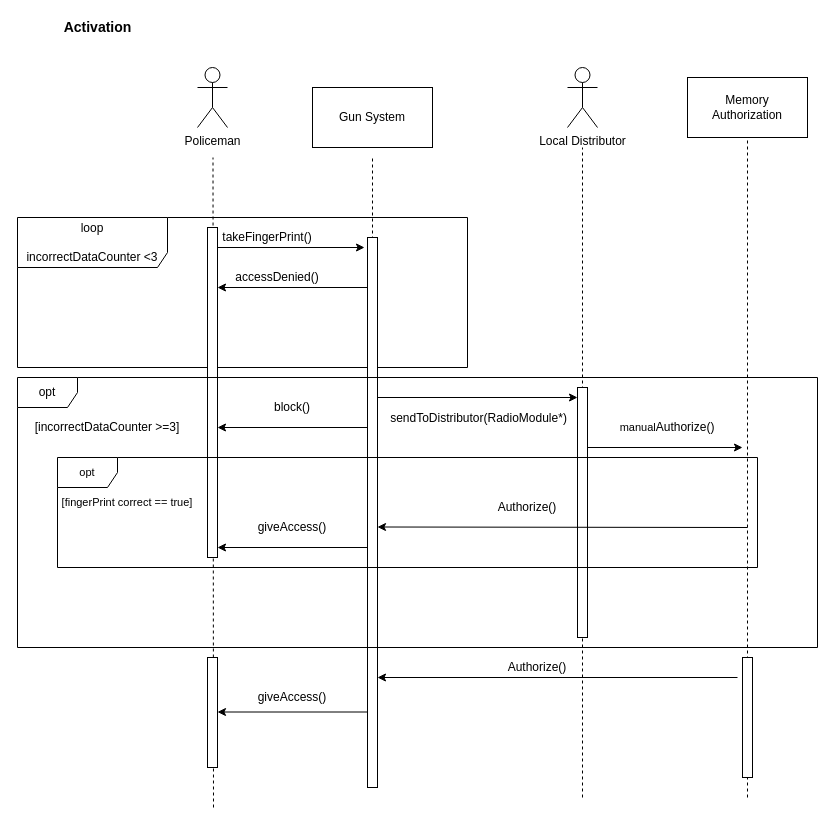
Earlier version of the draw.io diagram sequence_diagram_1.drawio (mardyr/UML-and-diagrams). Source tidied: cells renumbered, new cells numbered last; positions are measured from the earlier drawing's top-left corner, leaving out a move shared by most shapes. Both pictures are drawn from the tidied source at 100%, with x=0, y=0 at pixel (17, 17).
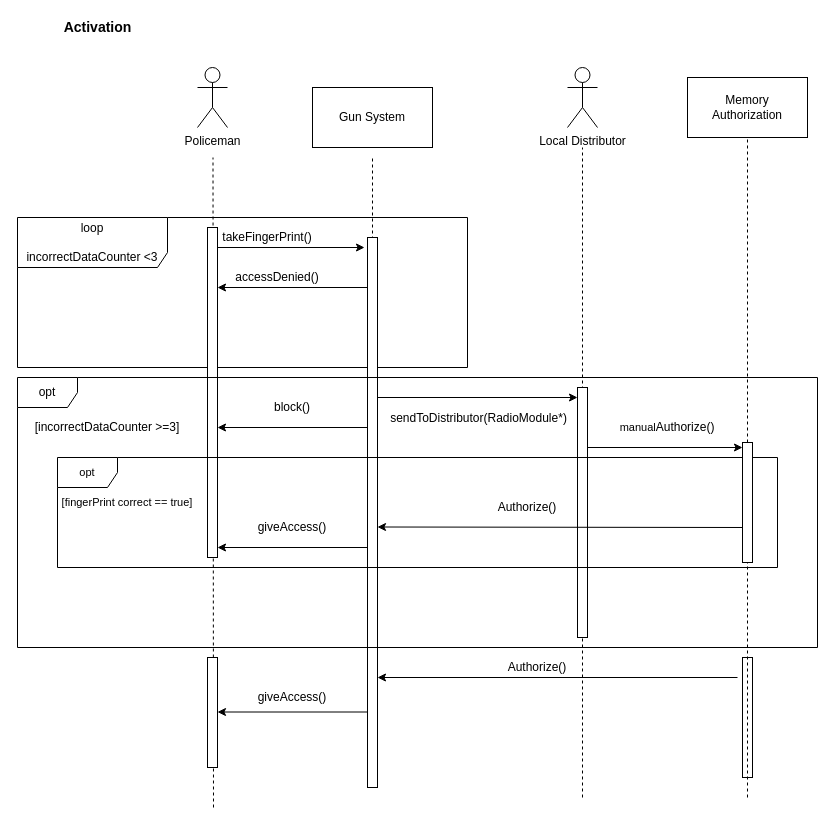
Above is the later version.

Unchanged cells that the change refers to:
```xml
<mxCell id="29" value="&lt;div&gt;Memory&lt;/div&gt;&lt;div&gt;Authorization&lt;/div&gt;" style="rounded=0;whiteSpace=wrap;html=1;" parent="1" vertex="1">
  <mxGeometry x="670" y="60" width="120" height="60" as="geometry" />
</mxCell>
```

The edit, as a diff of the source:
```diff
@@
     <mxCell id="23" value="opt" style="shape=umlFrame;whiteSpace=wrap;html=1;fontSize=11;" parent="1" vertex="1">
-      <mxGeometry x="40" y="440" width="700" height="110" as="geometry" />
+      <mxGeometry x="40" y="440" width="720" height="110" as="geometry" />
     </mxCell>
@@
-    <mxCell id="30" style="endArrow=none;dashed=1;html=1;fontSize=12;entryX=0.5;entryY=1;entryDx=0;entryDy=0;" parent="1" edge="1" target="29">
-      <mxGeometry relative="1" as="geometry">
-        <mxPoint x="730" y="780" as="sourcePoint" />
-      </mxGeometry>
+    <mxCell id="30" style="endArrow=none;dashed=1;html=1;fontSize=12;entryX=0.5;entryY=1;entryDx=0;entryDy=0;" parent="1" edge="1" source="39" target="29">
+      <mxGeometry relative="1" as="geometry" />
     </mxCell>
@@
+    <mxCell id="39" style="html=1;points=[];perimeter=orthogonalPerimeter;fontSize=12;" parent="1" vertex="1">
+      <mxGeometry x="725" y="425" width="10" height="120" as="geometry" />
+    </mxCell>
+    <mxCell id="40" style="endArrow=none;dashed=1;html=1;fontSize=12;entryX=0.5;entryY=1;entryDx=0;entryDy=0;" parent="1" edge="1" target="39">
+      <mxGeometry relative="1" as="geometry">
+        <mxPoint x="730" y="780" as="sourcePoint" />
+      </mxGeometry>
+    </mxCell>
```
